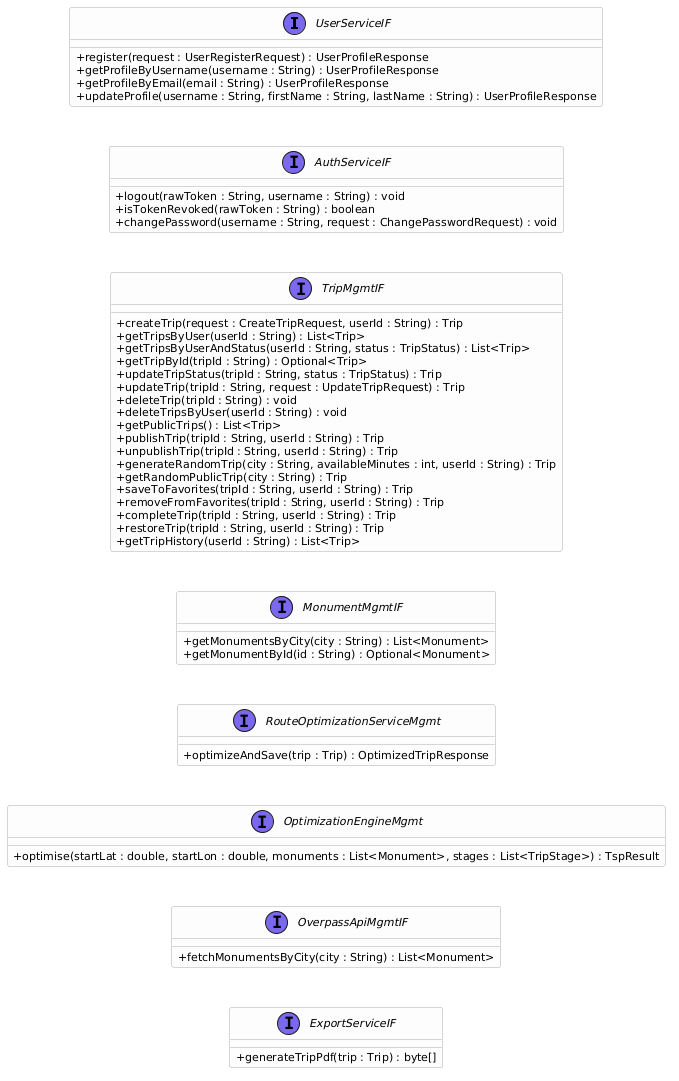
gpassarella2/PAC_project keeps this PlantUML diagram as Iterazione3/Diagrammi/interfaceDiagram3.png. Above is the earlier version.
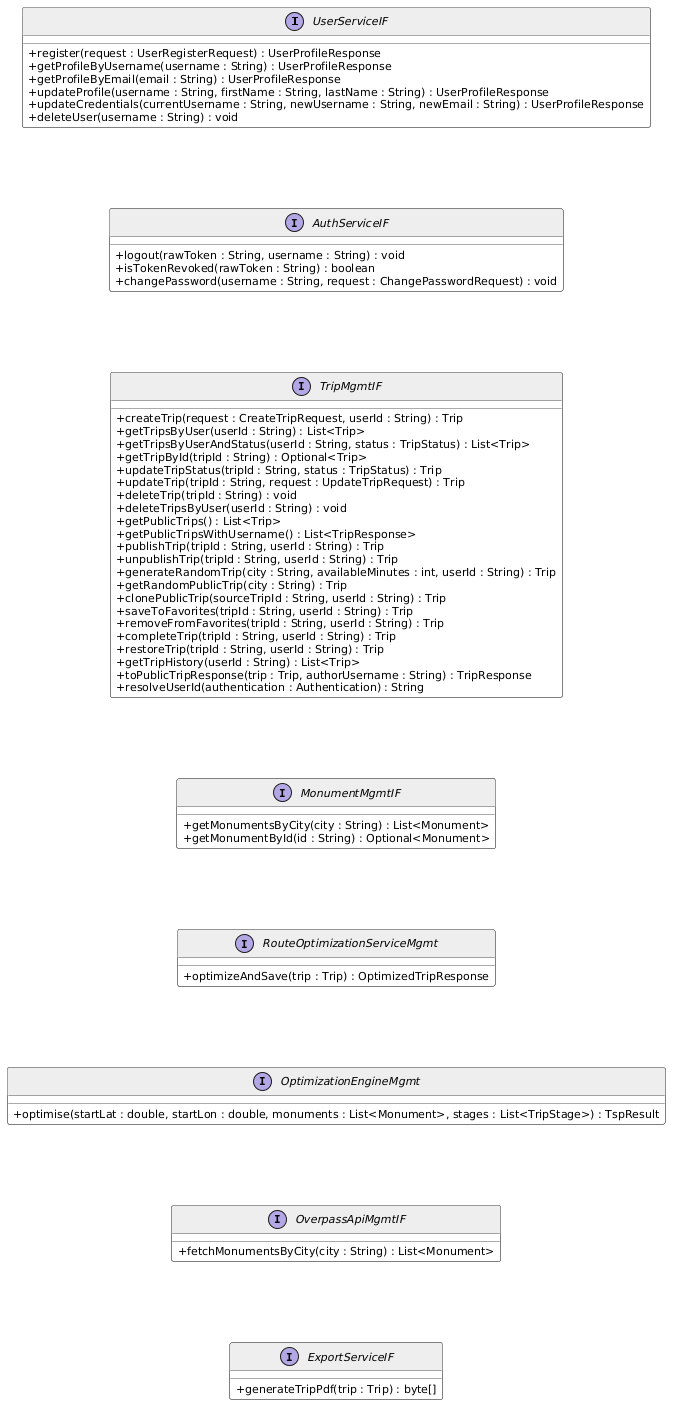
Above is the later version.

Commit message:
Aumento scritte per presentazione pptx

Change to the diagram source:
```diff
@@ -1,84 +1,81 @@
 @startuml
-top to bottom direction
-skinparam backgroundColor transparent
+skinparam classBackgroundColor White
+skinparam classBorderColor #555555
+skinparam classHeaderBackgroundColor #EEEEEE
+skinparam shadowing false
 skinparam defaultFontName Arial
+skinparam defaultFontSize 11
 skinparam classAttributeIconSize 0
-skinparam ClassBorderColor #AAAAAA
-skinparam ClassBackgroundColor #FDFDFD
-skinparam ClassFontSize 12
-skinparam ClassAttributeFontSize 11
-skinparam shadowing false
-
-skinparam nodesep 30
+skinparam nodesep 60
 skinparam ranksep 40
-
-skinparam stereotypeIBackgroundColor #7B68EE
-skinparam stereotypeIFontColor white
-
-hide stereotype
-
+skinparam pageWidth 800
 
 interface UserServiceIF {
-  + register(request : UserRegisterRequest) : UserProfileResponse
-  + getProfileByUsername(username : String) : UserProfileResponse
-  + getProfileByEmail(email : String) : UserProfileResponse
-  + updateProfile(username : String, firstName : String, lastName : String) : UserProfileResponse
+  +register(request : UserRegisterRequest) : UserProfileResponse
+  +getProfileByUsername(username : String) : UserProfileResponse
+  +getProfileByEmail(email : String) : UserProfileResponse
+  +updateProfile(username : String, firstName : String, lastName : String) : UserProfileResponse
+  +updateCredentials(currentUsername : String, newUsername : String, newEmail : String) : UserProfileResponse
+  +deleteUser(username : String) : void
 }
 
 interface AuthServiceIF {
-  + logout(rawToken : String, username : String) : void
-  + isTokenRevoked(rawToken : String) : boolean
-  + changePassword(username : String, request : ChangePasswordRequest) : void
+  +logout(rawToken : String, username : String) : void
+  +isTokenRevoked(rawToken : String) : boolean
+  +changePassword(username : String, request : ChangePasswordRequest) : void
 }
 
 interface TripMgmtIF {
-  + createTrip(request : CreateTripRequest, userId : String) : Trip
-  + getTripsByUser(userId : String) : List<Trip>
-  + getTripsByUserAndStatus(userId : String, status : TripStatus) : List<Trip>
-  + getTripById(tripId : String) : Optional<Trip>
-  + updateTripStatus(tripId : String, status : TripStatus) : Trip
-  + updateTrip(tripId : String, request : UpdateTripRequest) : Trip
-  + deleteTrip(tripId : String) : void
-  + deleteTripsByUser(userId : String) : void
-  + getPublicTrips() : List<Trip>
-  + publishTrip(tripId : String, userId : String) : Trip
-  + unpublishTrip(tripId : String, userId : String) : Trip
-  + generateRandomTrip(city : String, availableMinutes : int, userId : String) : Trip
-  + getRandomPublicTrip(city : String) : Trip
-  + saveToFavorites(tripId : String, userId : String) : Trip
-  + removeFromFavorites(tripId : String, userId : String) : Trip
-  + completeTrip(tripId : String, userId : String) : Trip
-  + restoreTrip(tripId : String, userId : String) : Trip
-  + getTripHistory(userId : String) : List<Trip>
+  +createTrip(request : CreateTripRequest, userId : String) : Trip
+  +getTripsByUser(userId : String) : List<Trip>
+  +getTripsByUserAndStatus(userId : String, status : TripStatus) : List<Trip>
+  +getTripById(tripId : String) : Optional<Trip>
+  +updateTripStatus(tripId : String, status : TripStatus) : Trip
+  +updateTrip(tripId : String, request : UpdateTripRequest) : Trip
+  +deleteTrip(tripId : String) : void
+  +deleteTripsByUser(userId : String) : void
+  +getPublicTrips() : List<Trip>
+  +getPublicTripsWithUsername() : List<TripResponse>
+  +publishTrip(tripId : String, userId : String) : Trip
+  +unpublishTrip(tripId : String, userId : String) : Trip
+  +generateRandomTrip(city : String, availableMinutes : int, userId : String) : Trip
+  +getRandomPublicTrip(city : String) : Trip
+  +clonePublicTrip(sourceTripId : String, userId : String) : Trip
+  +saveToFavorites(tripId : String, userId : String) : Trip
+  +removeFromFavorites(tripId : String, userId : String) : Trip
+  +completeTrip(tripId : String, userId : String) : Trip
+  +restoreTrip(tripId : String, userId : String) : Trip
+  +getTripHistory(userId : String) : List<Trip>
+  +toPublicTripResponse(trip : Trip, authorUsername : String) : TripResponse
+  +resolveUserId(authentication : Authentication) : String
 }
 
 interface MonumentMgmtIF {
-  + getMonumentsByCity(city : String) : List<Monument>
-  + getMonumentById(id : String) : Optional<Monument>
+  +getMonumentsByCity(city : String) : List<Monument>
+  +getMonumentById(id : String) : Optional<Monument>
 }
 
 interface RouteOptimizationServiceMgmt {
-  + optimizeAndSave(trip : Trip) : OptimizedTripResponse
+  +optimizeAndSave(trip : Trip) : OptimizedTripResponse
 }
 
 interface OptimizationEngineMgmt {
-  + optimise(startLat : double, startLon : double, monuments : List<Monument>, stages : List<TripStage>) : TspResult
+  +optimise(startLat : double, startLon : double, monuments : List<Monument>, stages : List<TripStage>) : TspResult
 }
 
 interface OverpassApiMgmtIF {
-  + fetchMonumentsByCity(city : String) : List<Monument>
+  +fetchMonumentsByCity(city : String) : List<Monument>
 }
 
-
 interface ExportServiceIF {
-  + generateTripPdf(trip : Trip) : byte[]
+  +generateTripPdf(trip : Trip) : byte[]
 }
 
-UserServiceIF -[hidden]down- AuthServiceIF
-AuthServiceIF -[hidden]down- TripMgmtIF
-TripMgmtIF -[hidden]down- MonumentMgmtIF
-MonumentMgmtIF -[hidden]down- RouteOptimizationServiceMgmt
-RouteOptimizationServiceMgmt -[hidden]down- OptimizationEngineMgmt
-OptimizationEngineMgmt -[hidden]down- OverpassApiMgmtIF
-OverpassApiMgmtIF -[hidden]down- ExportServiceIF
+UserServiceIF -[hidden]down--> AuthServiceIF
+AuthServiceIF -[hidden]down--> TripMgmtIF
+TripMgmtIF -[hidden]down--> MonumentMgmtIF
+MonumentMgmtIF -[hidden]down--> RouteOptimizationServiceMgmt
+RouteOptimizationServiceMgmt -[hidden]down--> OptimizationEngineMgmt
+OptimizationEngineMgmt -[hidden]down--> OverpassApiMgmtIF
+OverpassApiMgmtIF -[hidden]down--> ExportServiceIF
 @enduml
```
